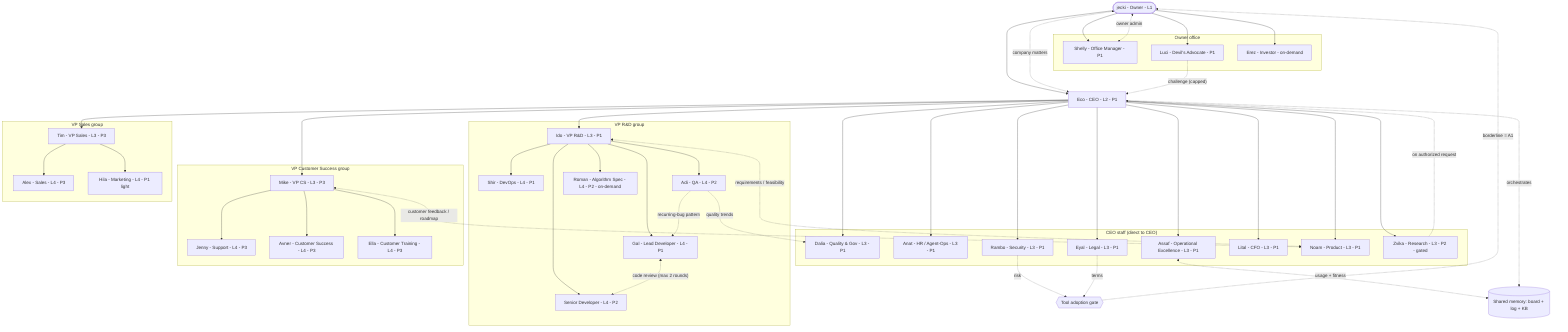
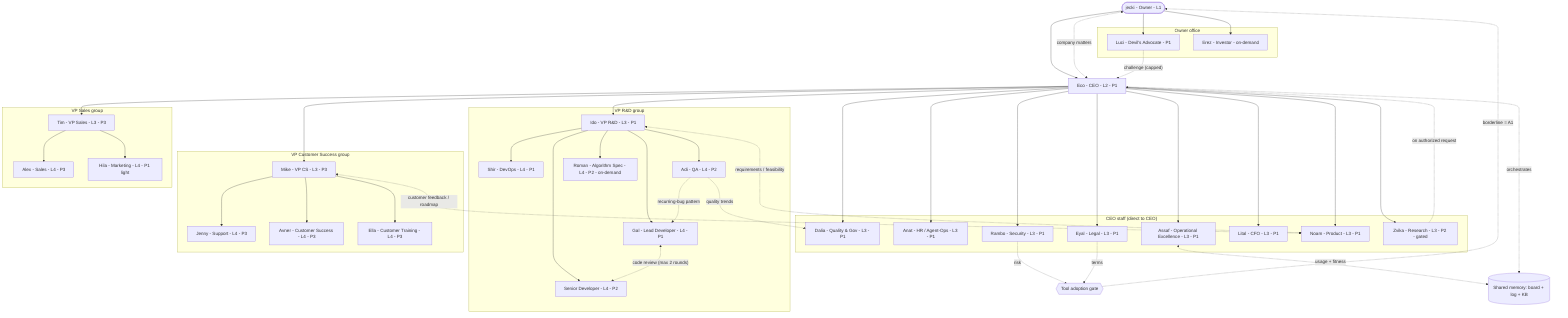
flowchart TD
    %% Solid = reporting. Dashed = communication (arrowheads show direction).
    %% Cross-group comms only via the two VPs. CEO may reach anyone but defaults to chain of command.
    %% Sami (SME) is on-demand per project, advisory; not drawn as a fixed node.

    OWNER(["jecki - Owner - L1"])
    ECO["Eco - CEO - L2 - P1"]

    subgraph OFFICE["Owner office"]
-       SHELLY["Shelly - Office Manager - P1"]
      LUCI["Luci - Devil's Advocate - P1"]
      EREZ["Erez - Investor - on-demand"]
    end

    subgraph STAFF["CEO staff (direct to CEO)"]
      DALIA["Dalia - Quality & Gov - L3 - P1"]
      ANAT["Anat - HR / Agent-Ops - L3 - P1"]
      ASSAF["Assaf - Operational Excellence - L3 - P1"]
      RAMBO["Rambo - Security - L3 - P1"]
      EYAL["Eyal - Legal - L3 - P1"]
      LITAL["Lital - CFO - L3 - P1"]
      NOAM["Noam - Product - L3 - P1"]
      ZVIKA["Zvika - Research - L3 - P2 - gated"]
    end

    subgraph RND["VP R&D group"]
      IDO["Ido - VP R&D - L3 - P1"]
      GAL["Gal - Lead Developer - L4 - P1"]
      SHIR["Shir - DevOps - L4 - P1"]
      ADI["Adi - QA - L4 - P2"]
      SENIOR["Senior Developer - L4 - P2"]
      ROMAN["Roman - Algorithm Spec - L4 - P2 - on-demand"]
    end

    subgraph CSG["VP Customer Success group"]
      MIKE["Mike - VP CS - L3 - P3"]
      JENNY["Jenny - Support - L4 - P3"]
      AVNER["Avner - Customer Success - L4 - P3"]
      ELLA["Ella - Customer Training - L4 - P3"]
    end

    subgraph SALESG["VP Sales group"]
      TIM["Tim - VP Sales - L3 - P3"]
      ALEX["Alex - Sales - L4 - P3"]
      HILA["Hila - Marketing - L4 - P1 light"]
    end

    GATE{{"Tool adoption gate"}}
    HUB[("Shared memory: board + log + KB")]

    OWNER --> ECO
-     OWNER --> SHELLY
    OWNER --> LUCI
    OWNER --> EREZ
    ECO --> DALIA
    ECO --> ANAT
    ECO --> ASSAF
    ECO --> RAMBO
    ECO --> EYAL
    ECO --> LITAL
    ECO --> NOAM
    ECO --> ZVIKA
    ECO --> IDO
    ECO --> MIKE
    ECO --> TIM
    IDO --> GAL
    IDO --> SHIR
    IDO --> ADI
    IDO --> SENIOR
    IDO --> ROMAN
    MIKE --> JENNY
    MIKE --> AVNER
    MIKE --> ELLA
    TIM --> ALEX
    TIM --> HILA

-     SHELLY <-.->|"owner admin"| OWNER
    OWNER <-.->|"company matters"| ECO
    LUCI -.->|"challenge (capped)"| ECO
    IDO <-.->|"requirements / feasibility"| NOAM
    MIKE <-.->|"customer feedback / roadmap"| NOAM
    GAL <-.->|"code review (max 2 rounds)"| SENIOR
    ADI -.->|"recurring-bug pattern"| GAL
    ADI -.->|"quality trends"| DALIA
    RAMBO -.->|"risk"| GATE
    EYAL -.->|"terms"| GATE
    GATE -.->|"borderline = A1"| OWNER
    ASSAF <-.->|"usage + fitness"| HUB
    ECO -.->|"orchestrates"| HUB
    ZVIKA -.->|"on authorized request"| ECO
